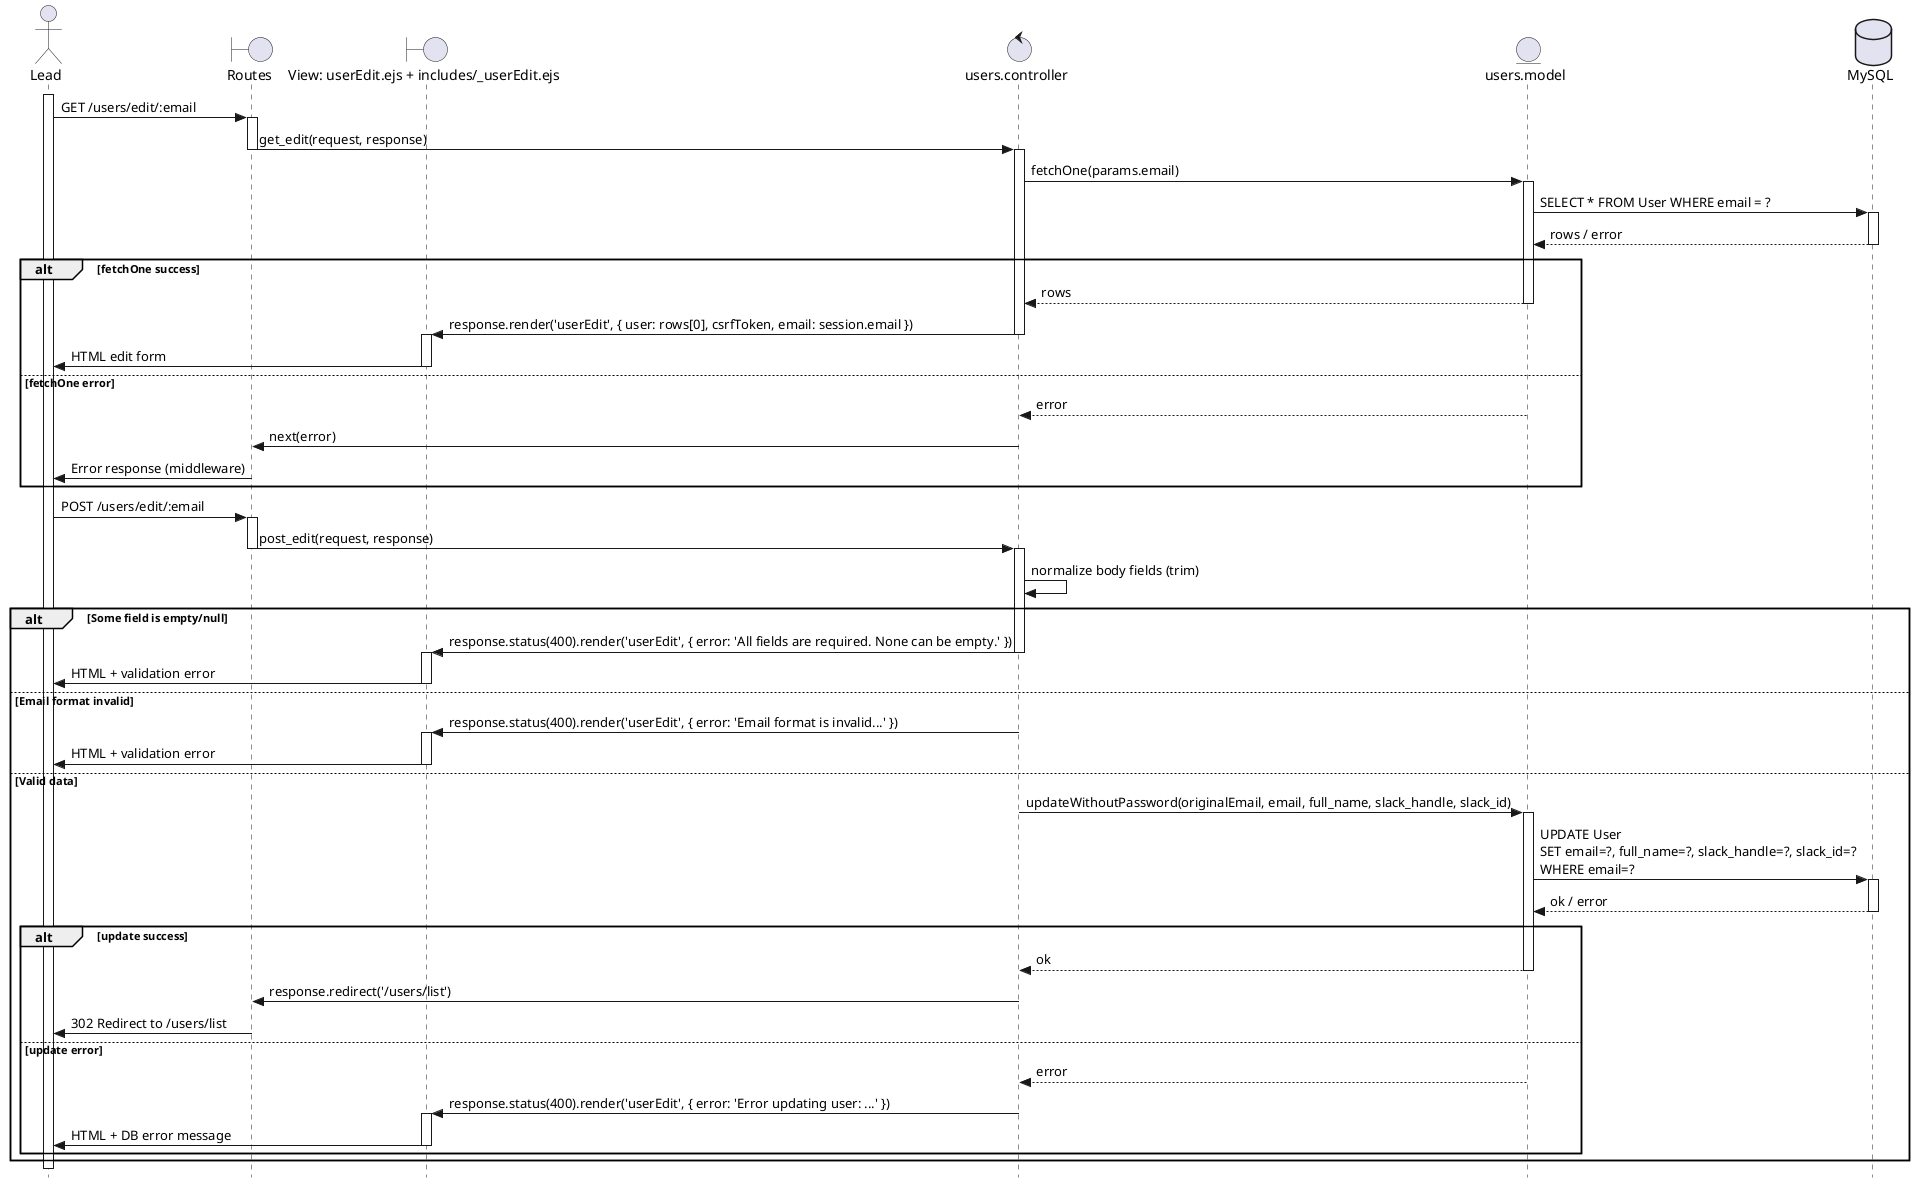
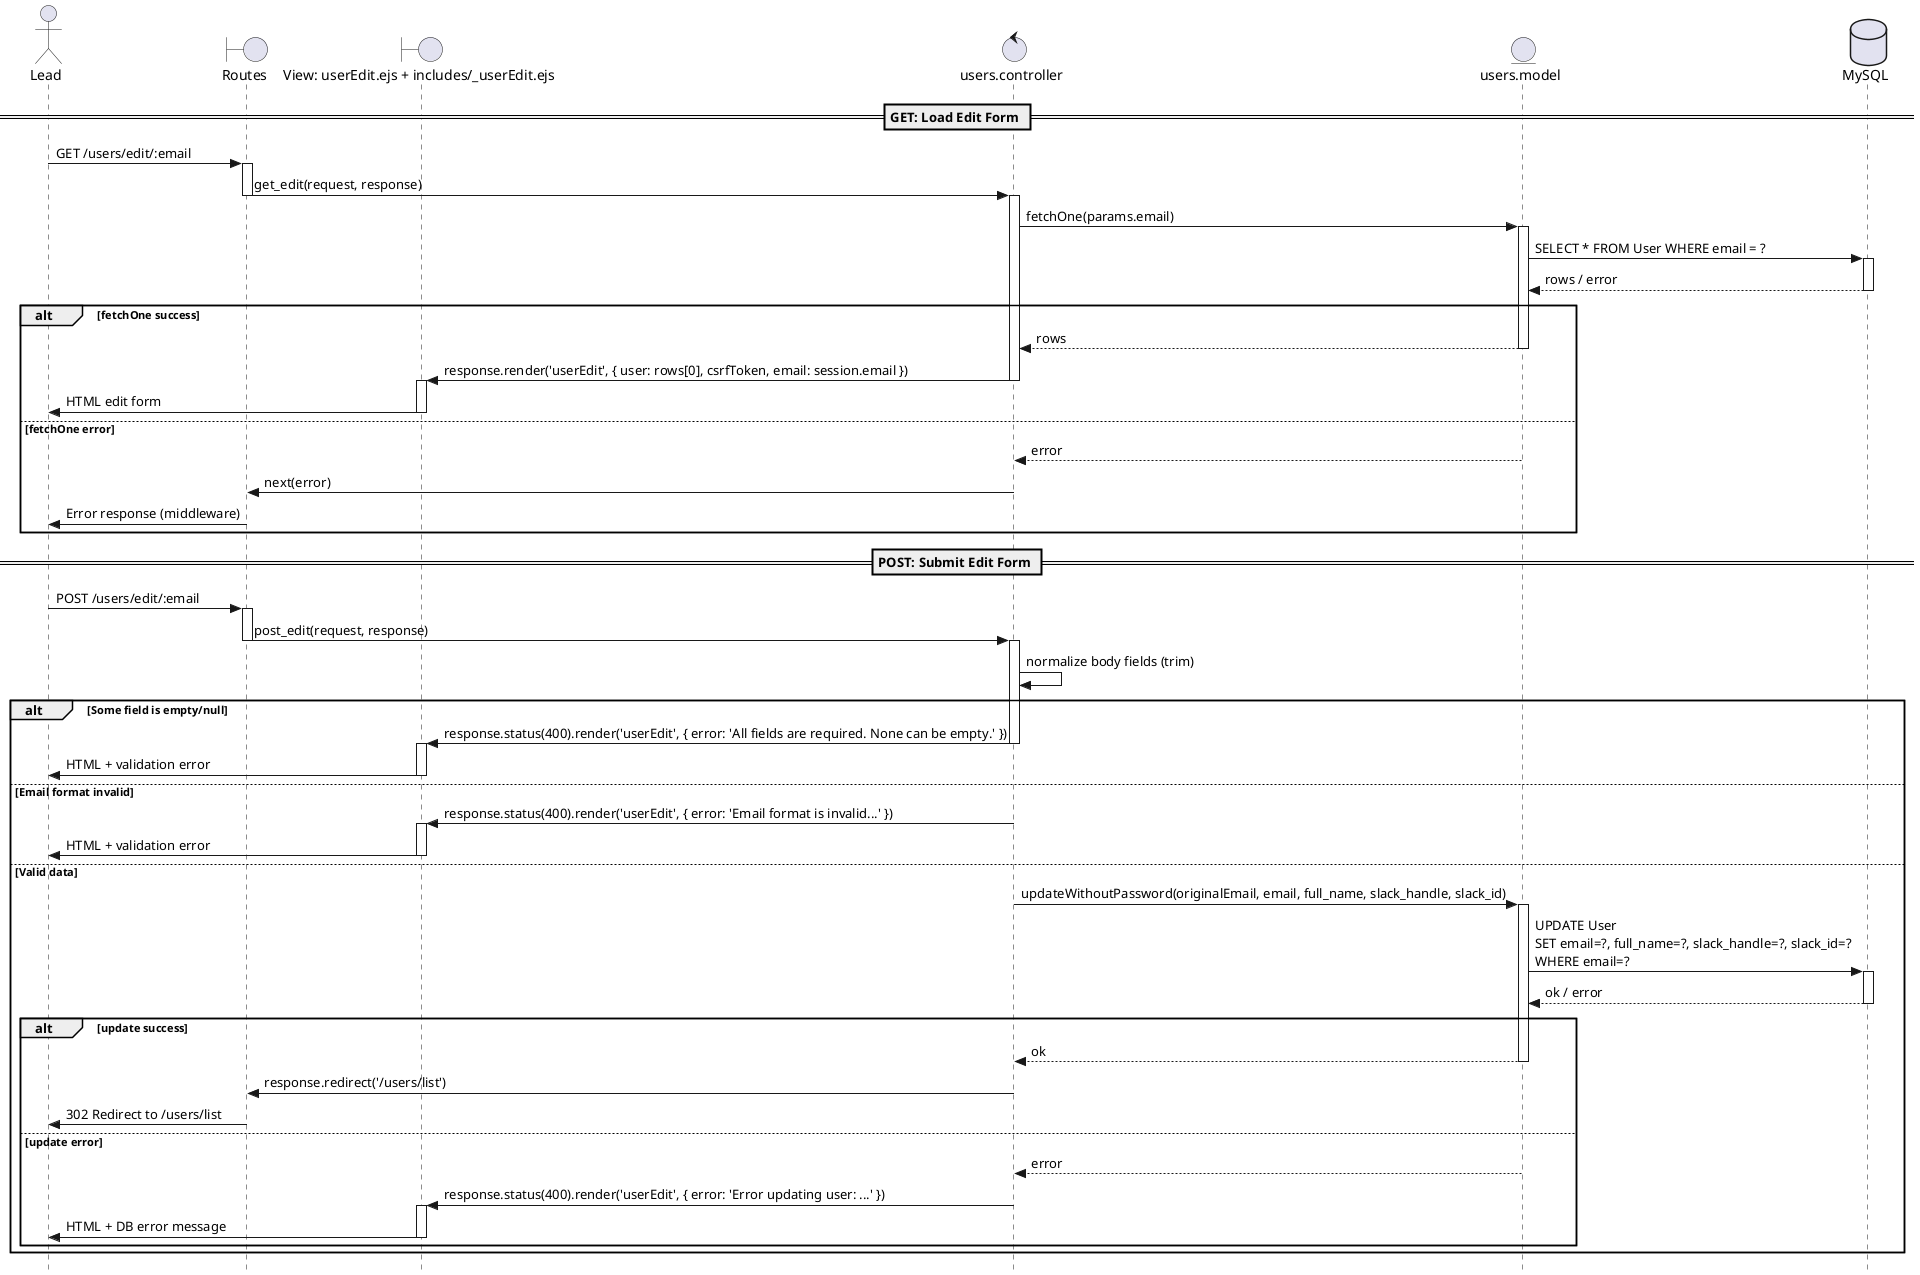
@startuml
skinparam style strictuml

actor Lead as U
boundary "Routes" as RO
boundary "View: userEdit.ejs + includes/_userEdit.ejs" as V
control "users.controller" as C
entity "users.model" as UM
database "MySQL" as BD

- activate U
+ == GET: Load Edit Form ==
+ 
U -> RO: GET /users/edit/:email
activate RO
RO -> C: get_edit(request, response)
deactivate RO

activate C
C -> UM: fetchOne(params.email)
activate UM
UM -> BD: SELECT * FROM User WHERE email = ?
activate BD
BD --> UM: rows / error
deactivate BD

alt fetchOne success
    UM --> C: rows
    deactivate UM
    C -> V: response.render('userEdit', { user: rows[0], csrfToken, email: session.email })
    deactivate C

    activate V
    V -> U: HTML edit form
    deactivate V
else fetchOne error
    UM --> C: error
    deactivate UM
    C -> RO: next(error)
    deactivate C
    RO -> U: Error response (middleware)
end

- activate U
+ == POST: Submit Edit Form ==
+ 
U -> RO: POST /users/edit/:email
activate RO
RO -> C: post_edit(request, response)
deactivate RO

activate C
C -> C: normalize body fields (trim)

alt Some field is empty/null
    C -> V: response.status(400).render('userEdit', { error: 'All fields are required. None can be empty.' })
    deactivate C
    activate V
    V -> U: HTML + validation error
    deactivate V

else Email format invalid
    C -> V: response.status(400).render('userEdit', { error: 'Email format is invalid...' })
    deactivate C
    activate V
    V -> U: HTML + validation error
    deactivate V

else Valid data
    C -> UM: updateWithoutPassword(originalEmail, email, full_name, slack_handle, slack_id)
    activate UM
    UM -> BD: UPDATE User\nSET email=?, full_name=?, slack_handle=?, slack_id=?\nWHERE email=?
    activate BD
    BD --> UM: ok / error
    deactivate BD

    alt update success
        UM --> C: ok
        deactivate UM
        C -> RO: response.redirect('/users/list')
        deactivate C
        RO -> U: 302 Redirect to /users/list
    else update error
        UM --> C: error
        deactivate UM
        C -> V: response.status(400).render('userEdit', { error: 'Error updating user: ...' })
        deactivate C
        activate V
        V -> U: HTML + DB error message
        deactivate V
    end
end

@enduml